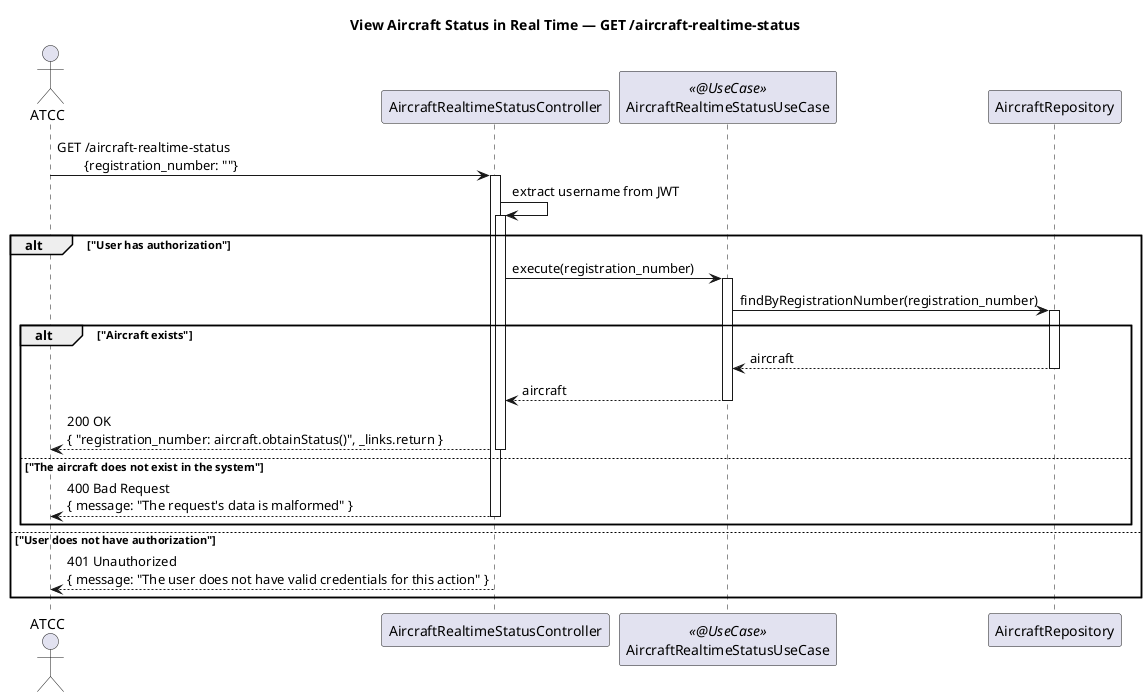
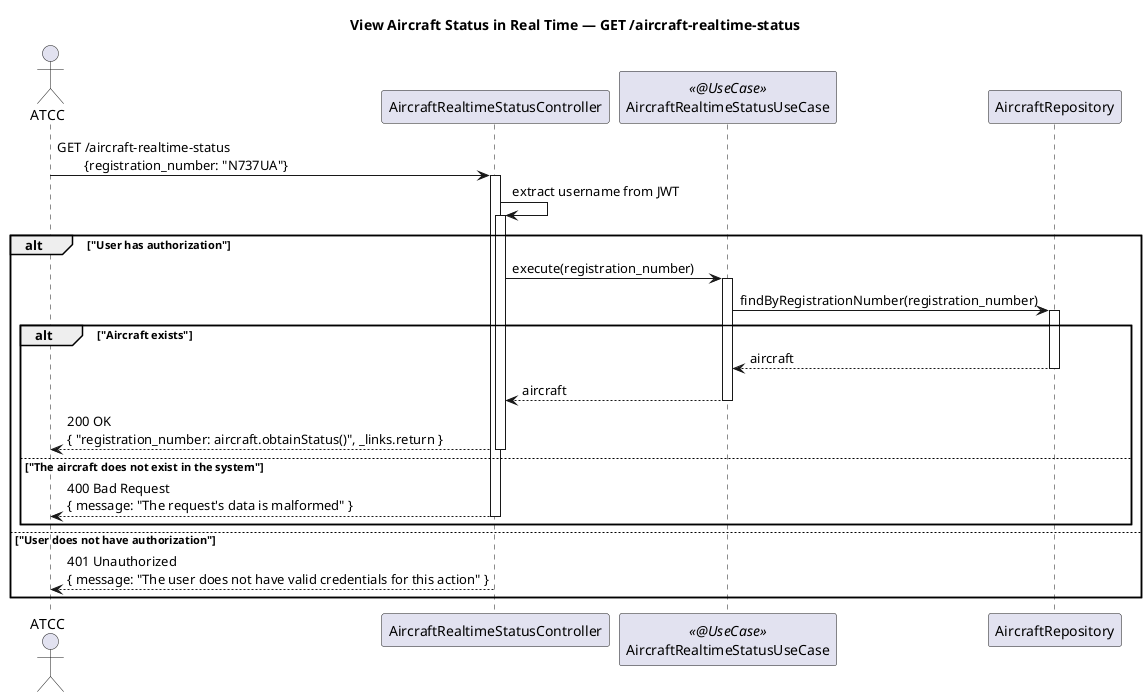
@startuml
title View Aircraft Status in Real Time — GET /aircraft-realtime-status

autoactivate on

actor ATCC
participant AircraftRealtimeStatusController
participant AircraftRealtimeStatusUseCase <<@UseCase>>
participant AircraftRepository

- ATCC -> AircraftRealtimeStatusController : GET /aircraft-realtime-status\n\t{registration_number: ""}
+ ATCC -> AircraftRealtimeStatusController : GET /aircraft-realtime-status\n\t{registration_number: "N737UA"}

AircraftRealtimeStatusController -> AircraftRealtimeStatusController : extract username from JWT
alt "User has authorization"
    AircraftRealtimeStatusController -> AircraftRealtimeStatusUseCase : execute(registration_number)
        AircraftRealtimeStatusUseCase -> AircraftRepository : findByRegistrationNumber(registration_number)
        alt "Aircraft exists"
        AircraftRepository --> AircraftRealtimeStatusUseCase : aircraft
    AircraftRealtimeStatusUseCase --> AircraftRealtimeStatusController : aircraft
AircraftRealtimeStatusController --> ATCC : 200 OK\n{ "registration_number: aircraft.obtainStatus()", _links.return }
        else "The aircraft does not exist in the system"
AircraftRealtimeStatusController --> ATCC : 400 Bad Request\n{ message: "The request's data is malformed" }
        end
else "User does not have authorization"
AircraftRealtimeStatusController --> ATCC : 401 Unauthorized\n{ message: "The user does not have valid credentials for this action" }
end

@enduml